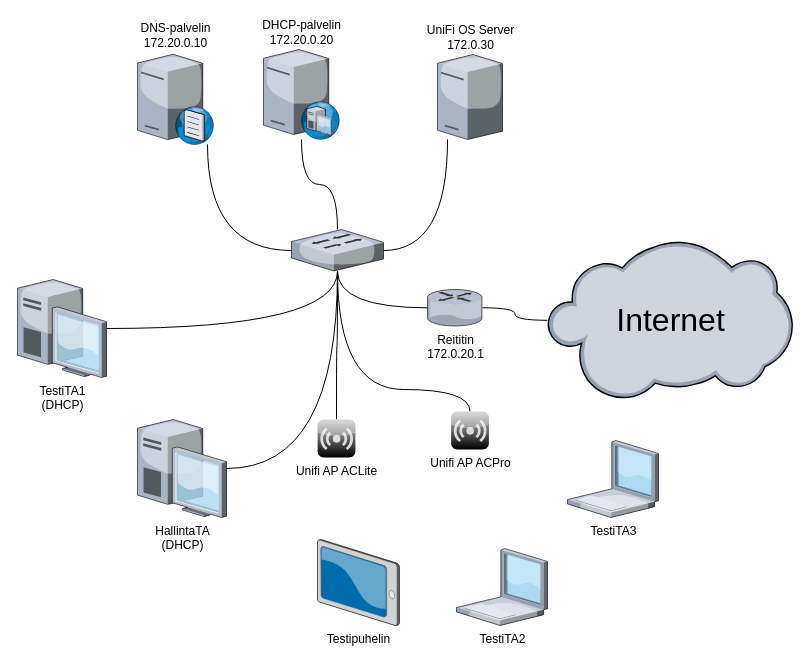
Raision-seudun-koulutuskuntayhtyma/UnifiOsServerAsennus keeps this draw.io diagram as Docs/Pictures/Periaatekaavio.drawio. Above is the earlier version. Source tidied: cells renumbered, new cells numbered last; positions are measured from the earlier drawing's top-left corner, leaving out a move shared by most shapes. Both pictures are drawn from the tidied source at 100%, with x=0, y=0 at pixel (17, 49).
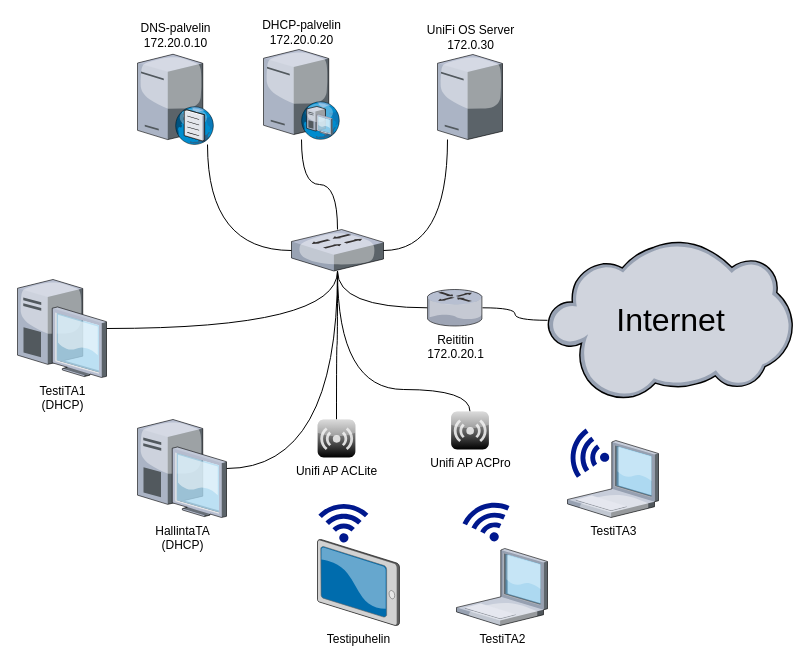
The same page after the edit.

What changed in the source:
```diff
@@
+    <mxCell id="24" style="sketch=0;shadow=0;dashed=0;html=1;strokeColor=none;labelPosition=center;verticalLabelPosition=bottom;verticalAlign=top;align=center;fillColor=#00188D;shape=mxgraph.mscae.enterprise.wireless_connection;fontFamily=Helvetica;fontSize=11;fontColor=default;labelBackgroundColor=default;rotation=-91;" parent="1" vertex="1">
+      <mxGeometry x="305" y="447" width="42" height="50" as="geometry" />
+    </mxCell>
+    <mxCell id="25" style="sketch=0;shadow=0;dashed=0;html=1;strokeColor=none;labelPosition=center;verticalLabelPosition=bottom;verticalAlign=top;align=center;fillColor=#00188D;shape=mxgraph.mscae.enterprise.wireless_connection;fontFamily=Helvetica;fontSize=11;fontColor=default;labelBackgroundColor=default;rotation=-110;" parent="1" vertex="1">
+      <mxGeometry x="450" y="447" width="42" height="50" as="geometry" />
+    </mxCell>
+    <mxCell id="26" style="sketch=0;shadow=0;dashed=0;html=1;strokeColor=none;labelPosition=center;verticalLabelPosition=bottom;verticalAlign=top;align=center;fillColor=#00188D;shape=mxgraph.mscae.enterprise.wireless_connection;fontFamily=Helvetica;fontSize=11;fontColor=default;labelBackgroundColor=default;rotation=-170;" parent="1" vertex="1">
+      <mxGeometry x="550" y="380" width="42" height="50" as="geometry" />
+    </mxCell>
```
